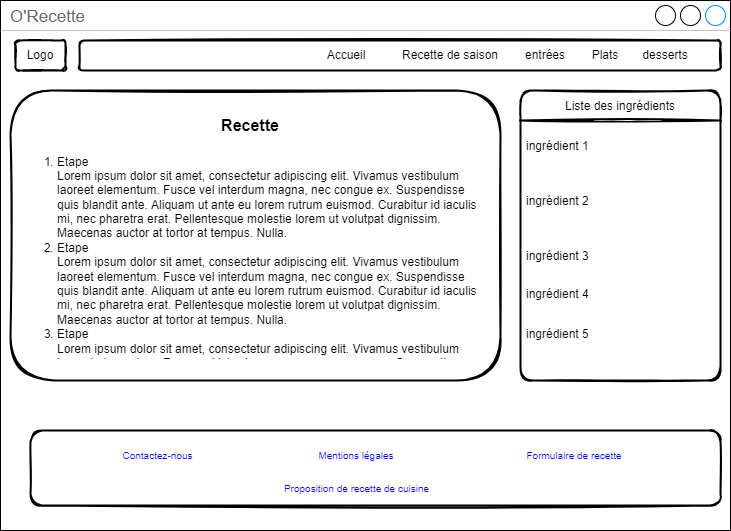
This is wireframes/recipe-desktop.png from david-tran-dev/orecipe, a draw.io export, as it was before one commit. Source tidied: cells renumbered, new cells last; positions are measured from the earlier drawing's top-left corner, leaving out a move shared by most shapes. The source it was exported from:
```xml
<mxGraphModel background="#ffffff">
  <root>
    <mxCell id="0" />
    <mxCell id="1" parent="0" />
    <mxCell id="2" value="O'Recette" style="strokeWidth=1;shadow=0;dashed=0;align=center;html=1;shape=mxgraph.mockup.containers.window;align=left;verticalAlign=top;spacingLeft=8;strokeColor2=#008cff;strokeColor3=#c4c4c4;fontColor=#666666;mainText=;fontSize=17;labelBackgroundColor=none;" parent="1" vertex="1">
      <mxGeometry width="730" height="530" as="geometry" />
    </mxCell>
    <mxCell id="3" style="rounded=1;whiteSpace=wrap;html=1;sketch=1;fontSize=18;strokeWidth=2;" parent="1" vertex="1">
      <mxGeometry x="79" y="40" width="641" height="30" as="geometry" />
    </mxCell>
    <mxCell id="4" value="Accueil" style="text;html=1;strokeColor=none;fillColor=none;align=center;verticalAlign=middle;whiteSpace=wrap;rounded=1;sketch=1;fontSize=12;" parent="1" vertex="1">
      <mxGeometry x="316.2" y="40" width="60" height="30" as="geometry" />
    </mxCell>
    <mxCell id="5" value="Recette de saison" style="text;html=1;strokeColor=none;fillColor=none;align=center;verticalAlign=middle;whiteSpace=wrap;rounded=1;sketch=1;fontSize=12;" parent="1" vertex="1">
      <mxGeometry x="396.2" y="40" width="107.5" height="30" as="geometry" />
    </mxCell>
    <mxCell id="6" value="entrées" style="text;html=1;strokeColor=none;fillColor=none;align=center;verticalAlign=middle;whiteSpace=wrap;rounded=1;sketch=1;fontSize=12;" parent="1" vertex="1">
      <mxGeometry x="515" y="40" width="60" height="30" as="geometry" />
    </mxCell>
    <mxCell id="7" value="Plats" style="text;html=1;strokeColor=none;fillColor=none;align=center;verticalAlign=middle;whiteSpace=wrap;rounded=1;sketch=1;fontSize=12;" parent="1" vertex="1">
      <mxGeometry x="575" y="40" width="60" height="30" as="geometry" />
    </mxCell>
    <mxCell id="8" value="desserts" style="text;html=1;strokeColor=none;fillColor=none;align=center;verticalAlign=middle;whiteSpace=wrap;rounded=1;sketch=1;fontSize=12;" parent="1" vertex="1">
      <mxGeometry x="635" y="40" width="60" height="30" as="geometry" />
    </mxCell>
    <mxCell id="9" style="rounded=1;whiteSpace=wrap;html=1;sketch=1;fontSize=12;strokeWidth=2;" parent="1" vertex="1">
      <mxGeometry x="15" y="40" width="50" height="30" as="geometry" />
    </mxCell>
    <mxCell id="10" value="Logo" style="text;html=1;strokeColor=none;fillColor=none;align=center;verticalAlign=middle;whiteSpace=wrap;rounded=1;sketch=1;fontSize=12;" parent="1" vertex="1">
      <mxGeometry x="25" y="45" width="30" height="20" as="geometry" />
    </mxCell>
    <mxCell id="11" style="rounded=1;whiteSpace=wrap;html=1;sketch=1;fontSize=12;strokeWidth=2;" parent="1" vertex="1">
      <mxGeometry x="10" y="90" width="490" height="290" as="geometry" />
    </mxCell>
    <mxCell id="12" style="rounded=1;whiteSpace=wrap;html=1;sketch=1;fontSize=12;fontColor=#0000FF;strokeWidth=2;" parent="1" vertex="1">
      <mxGeometry x="30" y="430" width="690" height="75" as="geometry" />
    </mxCell>
    <mxCell id="13" value="Contactez-nous" style="text;html=1;strokeColor=none;fillColor=none;align=center;verticalAlign=middle;whiteSpace=wrap;rounded=1;sketch=1;fontSize=10;fontColor=#0000FF;" parent="1" vertex="1">
      <mxGeometry x="120" y="440" width="75" height="30" as="geometry" />
    </mxCell>
    <mxCell id="14" value="Mentions légales" style="text;html=1;strokeColor=none;fillColor=none;align=center;verticalAlign=middle;whiteSpace=wrap;rounded=1;sketch=1;fontSize=10;fontColor=#0000FF;horizontal=1;" parent="1" vertex="1">
      <mxGeometry x="316.2" y="440" width="80" height="30" as="geometry" />
    </mxCell>
    <mxCell id="15" value="Formulaire de recette" style="text;html=1;strokeColor=none;fillColor=none;align=center;verticalAlign=middle;whiteSpace=wrap;rounded=1;sketch=1;fontSize=10;fontColor=#0000FF;" parent="1" vertex="1">
      <mxGeometry x="515" y="440" width="117.5" height="30" as="geometry" />
    </mxCell>
    <mxCell id="16" value="Proposition de recette de cuisine" style="text;html=1;strokeColor=none;fillColor=none;align=center;verticalAlign=middle;whiteSpace=wrap;rounded=1;sketch=1;fontSize=10;fontColor=#0000FF;" parent="1" vertex="1">
      <mxGeometry x="280" y="470" width="152.5" height="35" as="geometry" />
    </mxCell>
    <mxCell id="17" value="Recette" style="text;html=1;strokeColor=none;fillColor=none;align=center;verticalAlign=middle;whiteSpace=wrap;rounded=0;fontStyle=1;fontSize=16;" parent="1" vertex="1">
      <mxGeometry x="220" y="110" width="60" height="30" as="geometry" />
    </mxCell>
    <mxCell id="18" value="&lt;ol&gt;&lt;li&gt;Etape&lt;br&gt;Lorem ipsum dolor sit amet, consectetur adipiscing elit. Vivamus vestibulum laoreet elementum. Fusce vel interdum magna, nec congue ex. Suspendisse quis blandit ante. Aliquam ut ante eu lorem rutrum euismod. Curabitur id iaculis mi, nec pharetra erat. Pellentesque molestie lorem ut volutpat dignissim. Maecenas auctor at tortor at tempus. Nulla.&lt;br&gt;&lt;/li&gt;&lt;li&gt;Etape&lt;br&gt;Lorem ipsum dolor sit amet, consectetur adipiscing elit. Vivamus vestibulum laoreet elementum. Fusce vel interdum magna, nec congue ex. Suspendisse quis blandit ante. Aliquam ut ante eu lorem rutrum euismod. Curabitur id iaculis mi, nec pharetra erat. Pellentesque molestie lorem ut volutpat dignissim. Maecenas auctor at tortor at tempus. Nulla.&lt;br&gt;&lt;/li&gt;&lt;li&gt;Etape&lt;br&gt;Lorem ipsum dolor sit amet, consectetur adipiscing elit. Vivamus vestibulum laoreet elementum. Fusce vel interdum magna, nec congue ex. Suspendisse quis blandit ante. Aliquam ut ante eu lorem rutrum euismod. Curabitur id iaculis mi, nec pharetra erat. Pellentesque molestie lorem ut volutpat dignissim. Maecenas auctor at tortor at tempus. Nulla&lt;/li&gt;&lt;/ol&gt;" style="text;strokeColor=none;fillColor=none;html=1;whiteSpace=wrap;verticalAlign=middle;overflow=hidden;" parent="1" vertex="1">
      <mxGeometry x="15" y="140" width="465" height="220" as="geometry" />
    </mxCell>
    <mxCell id="19" value="Liste des ingrédients" style="swimlane;fontStyle=0;horizontal=1;startSize=30;sketch=1;fontSize=12;fontColor=#000000;strokeWidth=2;rounded=1;" parent="1" vertex="1">
      <mxGeometry x="520" y="90" width="200" height="290" as="geometry" />
    </mxCell>
    <mxCell id="20" value="ingrédient 1" style="text;strokeColor=none;fillColor=none;align=left;verticalAlign=middle;spacingLeft=4;spacingRight=4;overflow=hidden;sketch=1;fontSize=12;fontColor=#000000;rounded=1;" parent="19" vertex="1">
      <mxGeometry y="30" width="200" height="50" as="geometry" />
    </mxCell>
    <mxCell id="21" value="ingrédient 2" style="text;strokeColor=none;fillColor=none;align=left;verticalAlign=middle;spacingLeft=4;spacingRight=4;overflow=hidden;sketch=1;fontSize=12;fontColor=#000000;rounded=1;" parent="19" vertex="1">
      <mxGeometry y="80" width="200" height="60" as="geometry" />
    </mxCell>
    <mxCell id="22" value="ingrédient 3" style="text;strokeColor=none;fillColor=none;align=left;verticalAlign=middle;spacingLeft=4;spacingRight=4;overflow=hidden;points=[[0,0.5],[1,0.5]];portConstraint=eastwest;sketch=1;fontSize=12;fontColor=#000000;rounded=1;" parent="19" vertex="1">
      <mxGeometry y="140" width="200" height="50" as="geometry" />
    </mxCell>
    <mxCell id="23" value="ingrédient 4" style="text;strokeColor=none;fillColor=none;spacingLeft=4;spacingRight=4;overflow=hidden;fontSize=12;sketch=1;fontColor=#000000;rounded=1;" parent="19" vertex="1">
      <mxGeometry y="190" width="200" height="40" as="geometry" />
    </mxCell>
    <mxCell id="24" value="ingrédient 5" style="text;strokeColor=none;fillColor=none;spacingLeft=4;spacingRight=4;overflow=hidden;fontSize=12;sketch=1;fontColor=#000000;rounded=1;" parent="19" vertex="1">
      <mxGeometry y="230" width="200" height="60" as="geometry" />
    </mxCell>
  </root>
</mxGraphModel>
```
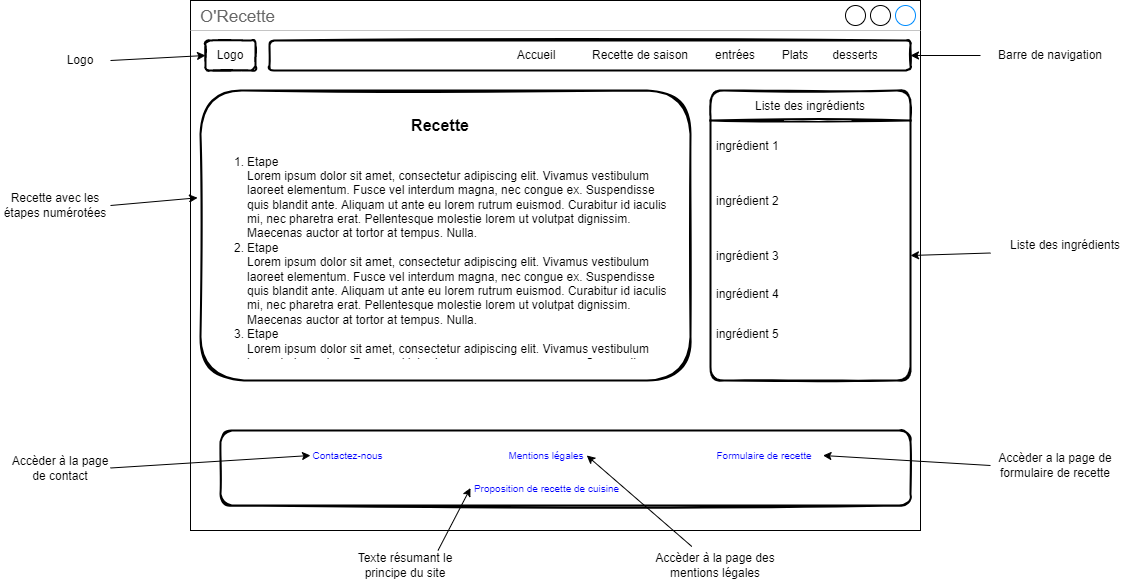
The same file after the commit.

Change to the diagram source:
```diff
@@ -71,5 +71,53 @@
     <mxCell id="24" value="ingrédient 5" style="text;strokeColor=none;fillColor=none;spacingLeft=4;spacingRight=4;overflow=hidden;fontSize=12;sketch=1;fontColor=#000000;rounded=1;" parent="19" vertex="1">
       <mxGeometry y="230" width="200" height="60" as="geometry" />
     </mxCell>
+    <mxCell id="25" value="Barre de navigation" style="text;html=1;strokeColor=none;fillColor=none;align=center;verticalAlign=middle;whiteSpace=wrap;rounded=0;" parent="1" vertex="1">
+      <mxGeometry x="790" y="40" width="140" height="30" as="geometry" />
+    </mxCell>
+    <mxCell id="26" value="Liste des ingrédients" style="text;html=1;strokeColor=none;fillColor=none;align=center;verticalAlign=middle;whiteSpace=wrap;rounded=0;" parent="1" vertex="1">
+      <mxGeometry x="800" y="230" width="150" height="30" as="geometry" />
+    </mxCell>
+    <mxCell id="27" value="Logo" style="text;html=1;strokeColor=none;fillColor=none;align=center;verticalAlign=middle;whiteSpace=wrap;rounded=0;" parent="1" vertex="1">
+      <mxGeometry x="-140" y="45" width="60" height="30" as="geometry" />
+    </mxCell>
+    <mxCell id="28" value="Recette avec les étapes numérotées" style="text;html=1;strokeColor=none;fillColor=none;align=center;verticalAlign=middle;whiteSpace=wrap;rounded=0;" parent="1" vertex="1">
+      <mxGeometry x="-190" y="190" width="110" height="30" as="geometry" />
+    </mxCell>
+    <mxCell id="29" value="Accèder à la page de contact" style="text;html=1;strokeColor=none;fillColor=none;align=center;verticalAlign=middle;whiteSpace=wrap;rounded=0;" parent="1" vertex="1">
+      <mxGeometry x="-180" y="452.5" width="100" height="30" as="geometry" />
+    </mxCell>
+    <mxCell id="30" value="Texte résumant le principe du site" style="text;html=1;strokeColor=none;fillColor=none;align=center;verticalAlign=middle;whiteSpace=wrap;rounded=0;" parent="1" vertex="1">
+      <mxGeometry x="150" y="550" width="130" height="30" as="geometry" />
+    </mxCell>
+    <mxCell id="31" value="Accèder à la page des mentions légales" style="text;html=1;strokeColor=none;fillColor=none;align=center;verticalAlign=middle;whiteSpace=wrap;rounded=0;" parent="1" vertex="1">
+      <mxGeometry x="460" y="550" width="130" height="30" as="geometry" />
+    </mxCell>
+    <mxCell id="32" value="Accèder a la page de formulaire de recette" style="text;html=1;strokeColor=none;fillColor=none;align=center;verticalAlign=middle;whiteSpace=wrap;rounded=0;" parent="1" vertex="1">
+      <mxGeometry x="800" y="450" width="130" height="30" as="geometry" />
+    </mxCell>
+    <mxCell id="33" style="endArrow=classic;html=1;rounded=0;entryX=1;entryY=0.5;entryDx=0;entryDy=0;exitX=0;exitY=0.75;exitDx=0;exitDy=0;" parent="1" edge="1" source="26" target="22">
+      <mxGeometry relative="1" as="geometry" />
+    </mxCell>
+    <mxCell id="34" style="endArrow=classic;html=1;rounded=0;entryX=1;entryY=0.5;entryDx=0;entryDy=0;exitX=0;exitY=0.5;exitDx=0;exitDy=0;" parent="1" edge="1" source="25" target="3">
+      <mxGeometry relative="1" as="geometry" />
+    </mxCell>
+    <mxCell id="35" style="endArrow=classic;html=1;rounded=0;entryX=1;entryY=0.5;entryDx=0;entryDy=0;exitX=0;exitY=0.5;exitDx=0;exitDy=0;" parent="1" edge="1" source="32" target="15">
+      <mxGeometry relative="1" as="geometry" />
+    </mxCell>
+    <mxCell id="36" style="endArrow=classic;html=1;rounded=0;entryX=1;entryY=0.5;entryDx=0;entryDy=0;exitX=0.318;exitY=-0.133;exitDx=0;exitDy=0;exitPerimeter=0;" parent="1" edge="1" source="31" target="14">
+      <mxGeometry relative="1" as="geometry" />
+    </mxCell>
+    <mxCell id="37" style="endArrow=classic;html=1;rounded=0;entryX=0;entryY=0.5;entryDx=0;entryDy=0;exitX=0.75;exitY=0;exitDx=0;exitDy=0;" parent="1" edge="1" source="30" target="16">
+      <mxGeometry relative="1" as="geometry" />
+    </mxCell>
+    <mxCell id="38" style="endArrow=classic;html=1;rounded=0;entryX=0;entryY=0.5;entryDx=0;entryDy=0;exitX=1;exitY=0.5;exitDx=0;exitDy=0;" parent="1" edge="1" source="29" target="13">
+      <mxGeometry relative="1" as="geometry" />
+    </mxCell>
+    <mxCell id="39" style="endArrow=classic;html=1;rounded=0;entryX=-0.006;entryY=0.37;entryDx=0;entryDy=0;entryPerimeter=0;exitX=1;exitY=0.5;exitDx=0;exitDy=0;" parent="1" edge="1" source="28" target="11">
+      <mxGeometry relative="1" as="geometry" />
+    </mxCell>
+    <mxCell id="40" style="endArrow=classic;html=1;rounded=0;entryX=0;entryY=0.5;entryDx=0;entryDy=0;exitX=1;exitY=0.5;exitDx=0;exitDy=0;" parent="1" edge="1" source="27" target="9">
+      <mxGeometry relative="1" as="geometry" />
+    </mxCell>
   </root>
 </mxGraphModel>
```
